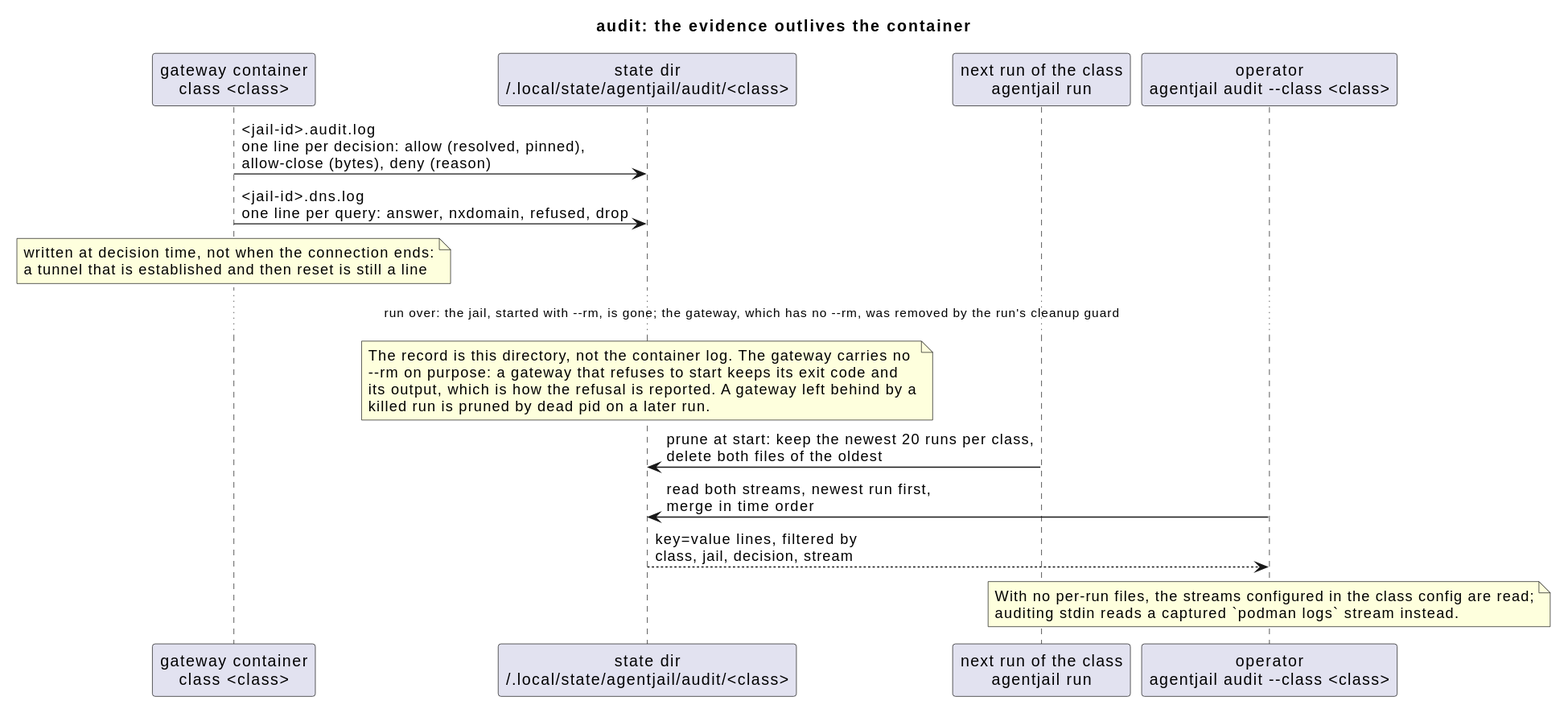
Earlier version of the PlantUML export docs/diagrams/audit-readback.svg (Breinich/agentjail).
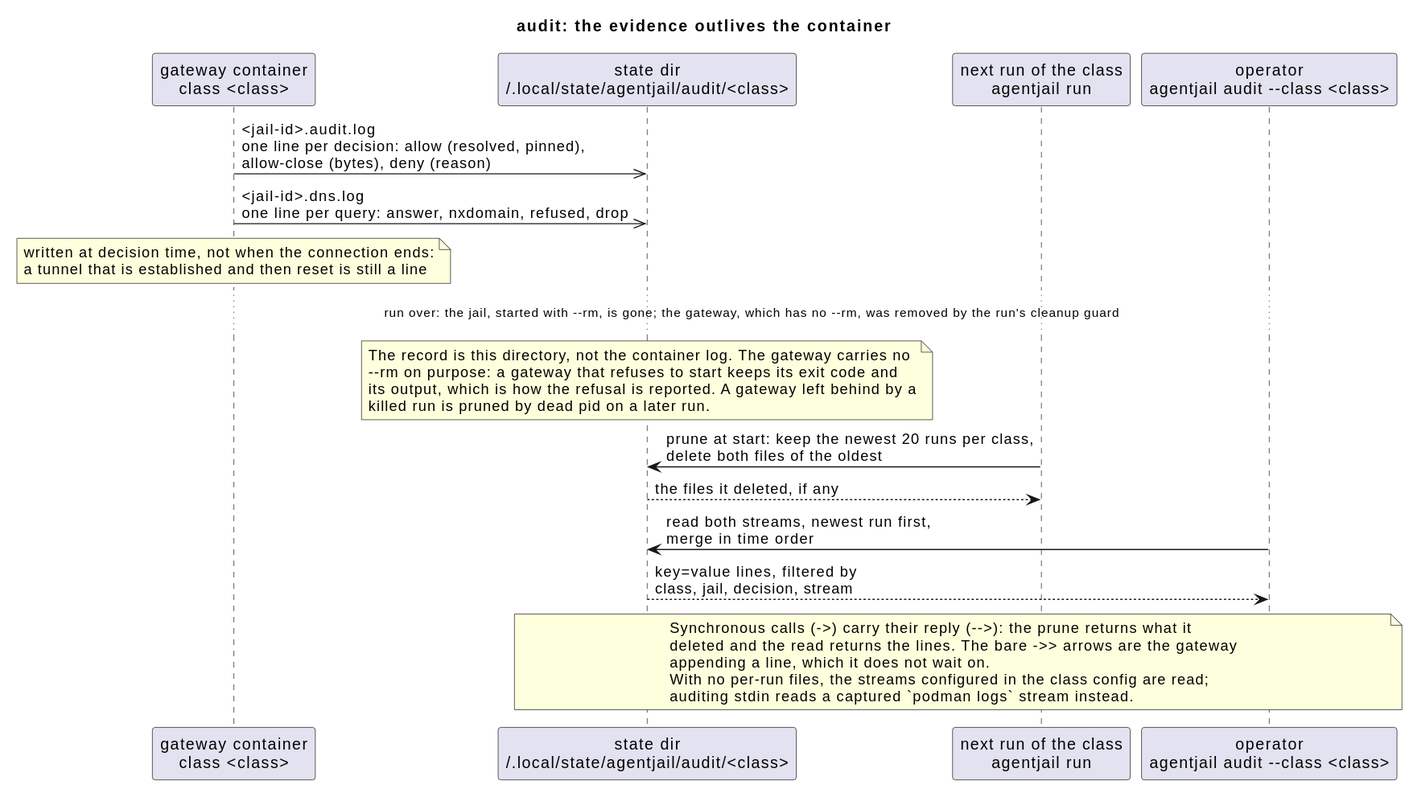
After the change.

Commit message:
diagrams: every synchronous call carries its reply

The edit, as a diff of the source:
```diff
@@ -6,8 +6,8 @@
 participant "next run of the class\nagentjail run" as R
 participant "operator\nagentjail audit &#45;&#45;class <class>" as A
 
-G -> S : <jail-id>.audit.log\none line per decision: allow (resolved, pinned),\nallow-close (bytes), deny (reason)
-G -> S : <jail-id>.dns.log\none line per query: answer, nxdomain, refused, drop
+G ->> S : <jail-id>.audit.log\none line per decision: allow (resolved, pinned),\nallow-close (bytes), deny (reason)
+G ->> S : <jail-id>.dns.log\none line per query: answer, nxdomain, refused, drop
 note over G : written at decision time, not when the connection ends:\na tunnel that is established and then reset is still a line
 ... run over: the jail, started with &#45;&#45;rm, is gone; the gateway, which has no &#45;&#45;rm, was removed by the run's cleanup guard ...
 note over S
@@ -17,9 +17,13 @@
   killed run is pruned by dead pid on a later run.
 end note
 R -> S : prune at start: keep the newest 20 runs per class,\ndelete both files of the oldest
+S --> R : the files it deleted, if any
 A -> S : read both streams, newest run first,\nmerge in time order
 S --> A : key=value lines, filtered by\nclass, jail, decision, stream
-note over A
+note over S, A
+  Synchronous calls (->) carry their reply (-->): the prune returns what it
+  deleted and the read returns the lines. The bare ->> arrows are the gateway
+  appending a line, which it does not wait on.
   With no per-run files, the streams configured in the class config are read;
   auditing stdin reads a captured `podman logs` stream instead.
 end note
```
